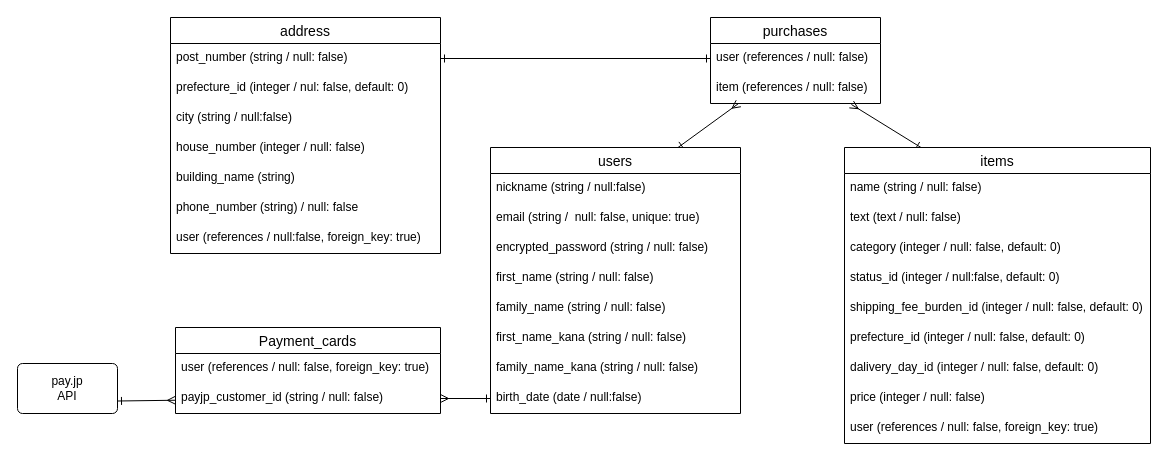
Before: test.dio in kt100sec/furima-36348, a draw.io diagram. Source tidied: cells renumbered, new cells numbered last; positions are measured from the earlier drawing's top-left corner, leaving out a move shared by most shapes. Both pictures are drawn from the tidied source at 100%, with x=0, y=0 at pixel (17, 17).
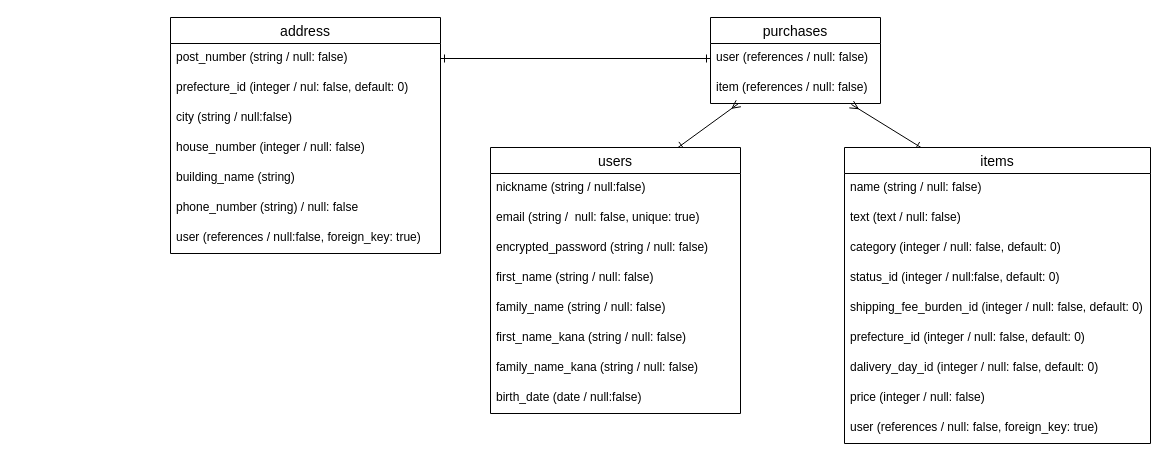
The same diagram, later.

Commit message (it also covers changes not shown here):
payment_carsテーブルの削除

The change refers to these unchanged cells:
```xml
<mxCell id="11" value="birth_date (date / null:false)" style="text;strokeColor=none;fillColor=none;spacingLeft=4;spacingRight=4;overflow=hidden;points=[[0,0.5],[1,0.5]];portConstraint=eastwest;fontSize=12;" parent="3" vertex="1">
  <mxGeometry y="236" width="250" height="30" as="geometry" />
</mxCell>
```

The edit, as a diff of the source:
```diff
@@
-    <mxCell id="23" value="Payment_cards" style="swimlane;fontStyle=0;horizontal=1;startSize=26;align=center;fontSize=14;" parent="1" vertex="1">
-      <mxGeometry x="158" y="310" width="265" height="86" as="geometry" />
-    </mxCell>
-    <mxCell id="24" value="user (references / null: false, foreign_key: true)" style="text;strokeColor=none;fillColor=none;spacingLeft=4;spacingRight=4;overflow=hidden;fontSize=12;" parent="23" vertex="1">
-      <mxGeometry y="26" width="265" height="30" as="geometry" />
-    </mxCell>
-    <mxCell id="25" value="payjp_customer_id (string / null: false)" style="text;strokeColor=none;fillColor=none;spacingLeft=4;spacingRight=4;overflow=hidden;points=[[0,0.5],[1,0.5]];portConstraint=eastwest;fontSize=12;" parent="23" vertex="1">
-      <mxGeometry y="56" width="265" height="30" as="geometry" />
-    </mxCell>
-    <mxCell id="26" style="edgeStyle=none;jumpSize=6;html=1;exitX=1;exitY=0.75;exitDx=0;exitDy=0;startArrow=ERone;startFill=0;endArrow=ERmany;endFill=0;" parent="1" edge="1" source="27" target="25">
-      <mxGeometry relative="1" as="geometry" />
-    </mxCell>
-    <mxCell id="27" value="pay.jp&lt;br&gt;API" style="rounded=1;arcSize=10;whiteSpace=wrap;html=1;align=center;" parent="1" vertex="1">
-      <mxGeometry y="346" width="100" height="50" as="geometry" />
-    </mxCell>
@@
-    <mxCell id="40" style="edgeStyle=none;jumpSize=6;html=1;exitX=0;exitY=0.5;exitDx=0;exitDy=0;entryX=1;entryY=0.5;entryDx=0;entryDy=0;startArrow=ERone;startFill=0;endArrow=ERmany;endFill=0;" parent="1" edge="1" source="11" target="25">
-      <mxGeometry relative="1" as="geometry" />
-    </mxCell>
```
